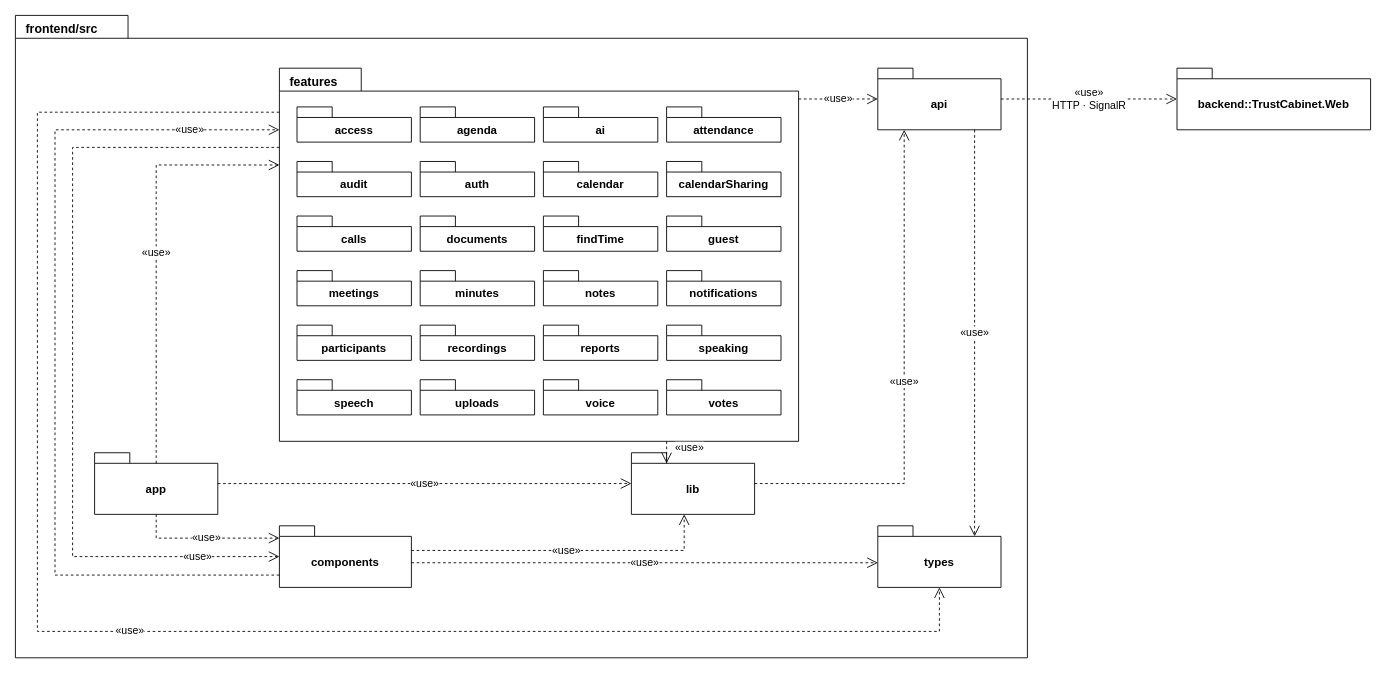
callmehai/FU-FA26-G116 keeps this draw.io diagram as docs/15-package-diagram/package-frontend.drawio. Above is the earlier version. Source tidied: cells renumbered, new cells numbered last; positions are measured from the earlier drawing's top-left corner, leaving out a move shared by most shapes. Both pictures are drawn from the tidied source at 88%, with x=0, y=0 at pixel (15, 15).
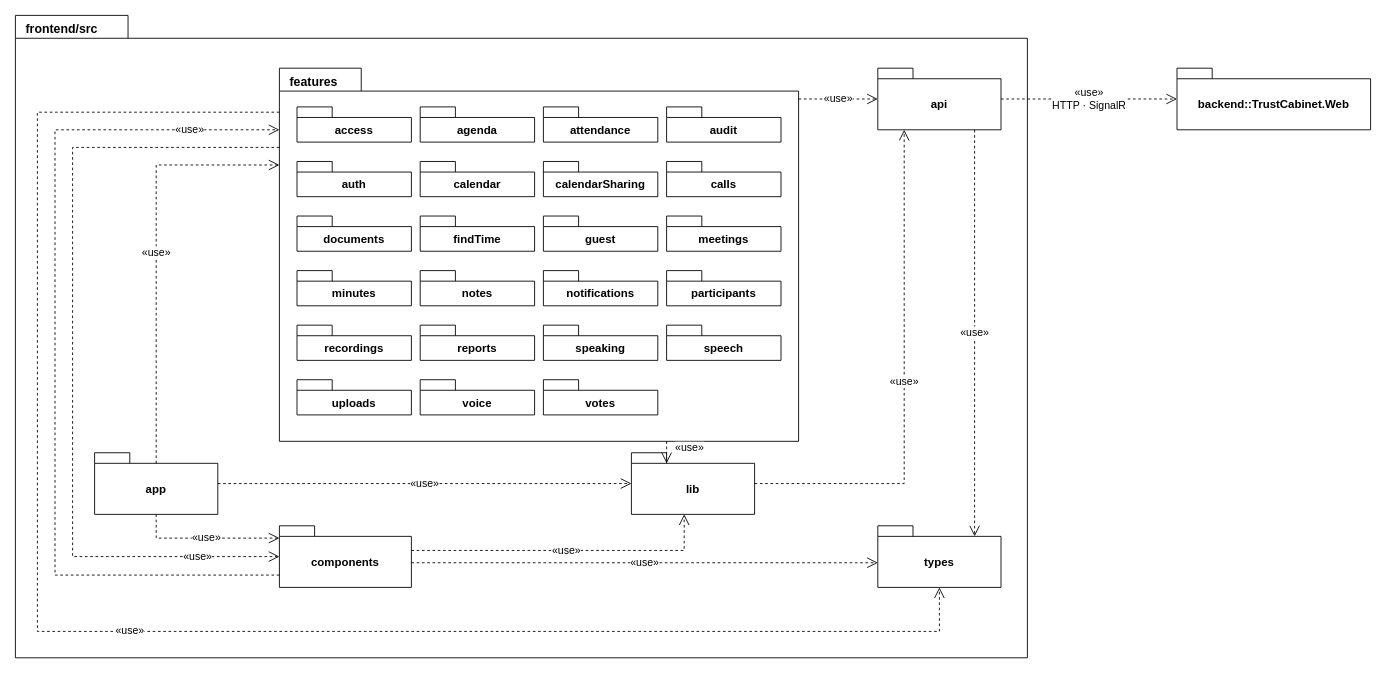
The same page after the edit.

Unchanged cells that the change refers to:
```xml
<mxCell id="4" value="features" style="shape=folder;tabWidth=93;tabHeight=26;tabPosition=left;verticalAlign=top;align=left;spacingLeft=10;spacingTop=1;fontStyle=1;fontSize=14;html=1;whiteSpace=wrap;fillColor=#ffffff;strokeColor=#000000;fontColor=#000000;fontFamily=Helvetica;" parent="2" vertex="1">
  <mxGeometry x="300" y="60" width="590" height="424" as="geometry" />
</mxCell>
```

Diff of the diagram source:
```diff
@@
-    <mxCell id="7" value="ai" style="shape=folder;tabWidth=40;tabHeight=12;tabPosition=left;verticalAlign=middle;align=center;spacingTop=12;fontStyle=1;fontSize=13;html=1;whiteSpace=wrap;fillColor=#ffffff;strokeColor=#000000;fontColor=#000000;fontFamily=Helvetica;" parent="4" vertex="1">
-      <mxGeometry x="300" y="44" width="130" height="40" as="geometry" />
-    </mxCell>
     <mxCell id="8" value="attendance" style="shape=folder;tabWidth=40;tabHeight=12;tabPosition=left;verticalAlign=middle;align=center;spacingTop=12;fontStyle=1;fontSize=13;html=1;whiteSpace=wrap;fillColor=#ffffff;strokeColor=#000000;fontColor=#000000;fontFamily=Helvetica;" parent="4" vertex="1">
-      <mxGeometry x="440" y="44" width="130" height="40" as="geometry" />
+      <mxGeometry x="300" y="44" width="130" height="40" as="geometry" />
     </mxCell>
     <mxCell id="9" value="audit" style="shape=folder;tabWidth=40;tabHeight=12;tabPosition=left;verticalAlign=middle;align=center;spacingTop=12;fontStyle=1;fontSize=13;html=1;whiteSpace=wrap;fillColor=#ffffff;strokeColor=#000000;fontColor=#000000;fontFamily=Helvetica;" parent="4" vertex="1">
-      <mxGeometry x="20" y="106" width="130" height="40" as="geometry" />
+      <mxGeometry x="440" y="44" width="130" height="40" as="geometry" />
     </mxCell>
     <mxCell id="10" value="auth" style="shape=folder;tabWidth=40;tabHeight=12;tabPosition=left;verticalAlign=middle;align=center;spacingTop=12;fontStyle=1;fontSize=13;html=1;whiteSpace=wrap;fillColor=#ffffff;strokeColor=#000000;fontColor=#000000;fontFamily=Helvetica;" parent="4" vertex="1">
-      <mxGeometry x="160" y="106" width="130" height="40" as="geometry" />
+      <mxGeometry x="20" y="106" width="130" height="40" as="geometry" />
     </mxCell>
     <mxCell id="11" value="calendar" style="shape=folder;tabWidth=40;tabHeight=12;tabPosition=left;verticalAlign=middle;align=center;spacingTop=12;fontStyle=1;fontSize=13;html=1;whiteSpace=wrap;fillColor=#ffffff;strokeColor=#000000;fontColor=#000000;fontFamily=Helvetica;" parent="4" vertex="1">
-      <mxGeometry x="300" y="106" width="130" height="40" as="geometry" />
+      <mxGeometry x="160" y="106" width="130" height="40" as="geometry" />
     </mxCell>
     <mxCell id="12" value="calendarSharing" style="shape=folder;tabWidth=40;tabHeight=12;tabPosition=left;verticalAlign=middle;align=center;spacingTop=12;fontStyle=1;fontSize=13;html=1;whiteSpace=wrap;fillColor=#ffffff;strokeColor=#000000;fontColor=#000000;fontFamily=Helvetica;" parent="4" vertex="1">
-      <mxGeometry x="440" y="106" width="130" height="40" as="geometry" />
+      <mxGeometry x="300" y="106" width="130" height="40" as="geometry" />
     </mxCell>
     <mxCell id="13" value="calls" style="shape=folder;tabWidth=40;tabHeight=12;tabPosition=left;verticalAlign=middle;align=center;spacingTop=12;fontStyle=1;fontSize=13;html=1;whiteSpace=wrap;fillColor=#ffffff;strokeColor=#000000;fontColor=#000000;fontFamily=Helvetica;" parent="4" vertex="1">
-      <mxGeometry x="20" y="168" width="130" height="40" as="geometry" />
+      <mxGeometry x="440" y="106" width="130" height="40" as="geometry" />
     </mxCell>
     <mxCell id="14" value="documents" style="shape=folder;tabWidth=40;tabHeight=12;tabPosition=left;verticalAlign=middle;align=center;spacingTop=12;fontStyle=1;fontSize=13;html=1;whiteSpace=wrap;fillColor=#ffffff;strokeColor=#000000;fontColor=#000000;fontFamily=Helvetica;" parent="4" vertex="1">
-      <mxGeometry x="160" y="168" width="130" height="40" as="geometry" />
+      <mxGeometry x="20" y="168" width="130" height="40" as="geometry" />
     </mxCell>
     <mxCell id="15" value="findTime" style="shape=folder;tabWidth=40;tabHeight=12;tabPosition=left;verticalAlign=middle;align=center;spacingTop=12;fontStyle=1;fontSize=13;html=1;whiteSpace=wrap;fillColor=#ffffff;strokeColor=#000000;fontColor=#000000;fontFamily=Helvetica;" parent="4" vertex="1">
-      <mxGeometry x="300" y="168" width="130" height="40" as="geometry" />
+      <mxGeometry x="160" y="168" width="130" height="40" as="geometry" />
     </mxCell>
     <mxCell id="16" value="guest" style="shape=folder;tabWidth=40;tabHeight=12;tabPosition=left;verticalAlign=middle;align=center;spacingTop=12;fontStyle=1;fontSize=13;html=1;whiteSpace=wrap;fillColor=#ffffff;strokeColor=#000000;fontColor=#000000;fontFamily=Helvetica;" parent="4" vertex="1">
-      <mxGeometry x="440" y="168" width="130" height="40" as="geometry" />
+      <mxGeometry x="300" y="168" width="130" height="40" as="geometry" />
     </mxCell>
     <mxCell id="17" value="meetings" style="shape=folder;tabWidth=40;tabHeight=12;tabPosition=left;verticalAlign=middle;align=center;spacingTop=12;fontStyle=1;fontSize=13;html=1;whiteSpace=wrap;fillColor=#ffffff;strokeColor=#000000;fontColor=#000000;fontFamily=Helvetica;" parent="4" vertex="1">
-      <mxGeometry x="20" y="230" width="130" height="40" as="geometry" />
+      <mxGeometry x="440" y="168" width="130" height="40" as="geometry" />
     </mxCell>
     <mxCell id="18" value="minutes" style="shape=folder;tabWidth=40;tabHeight=12;tabPosition=left;verticalAlign=middle;align=center;spacingTop=12;fontStyle=1;fontSize=13;html=1;whiteSpace=wrap;fillColor=#ffffff;strokeColor=#000000;fontColor=#000000;fontFamily=Helvetica;" parent="4" vertex="1">
-      <mxGeometry x="160" y="230" width="130" height="40" as="geometry" />
+      <mxGeometry x="20" y="230" width="130" height="40" as="geometry" />
     </mxCell>
     <mxCell id="19" value="notes" style="shape=folder;tabWidth=40;tabHeight=12;tabPosition=left;verticalAlign=middle;align=center;spacingTop=12;fontStyle=1;fontSize=13;html=1;whiteSpace=wrap;fillColor=#ffffff;strokeColor=#000000;fontColor=#000000;fontFamily=Helvetica;" parent="4" vertex="1">
-      <mxGeometry x="300" y="230" width="130" height="40" as="geometry" />
+      <mxGeometry x="160" y="230" width="130" height="40" as="geometry" />
     </mxCell>
     <mxCell id="20" value="notifications" style="shape=folder;tabWidth=40;tabHeight=12;tabPosition=left;verticalAlign=middle;align=center;spacingTop=12;fontStyle=1;fontSize=13;html=1;whiteSpace=wrap;fillColor=#ffffff;strokeColor=#000000;fontColor=#000000;fontFamily=Helvetica;" parent="4" vertex="1">
-      <mxGeometry x="440" y="230" width="130" height="40" as="geometry" />
+      <mxGeometry x="300" y="230" width="130" height="40" as="geometry" />
     </mxCell>
     <mxCell id="21" value="participants" style="shape=folder;tabWidth=40;tabHeight=12;tabPosition=left;verticalAlign=middle;align=center;spacingTop=12;fontStyle=1;fontSize=13;html=1;whiteSpace=wrap;fillColor=#ffffff;strokeColor=#000000;fontColor=#000000;fontFamily=Helvetica;" parent="4" vertex="1">
-      <mxGeometry x="20" y="292" width="130" height="40" as="geometry" />
+      <mxGeometry x="440" y="230" width="130" height="40" as="geometry" />
     </mxCell>
     <mxCell id="22" value="recordings" style="shape=folder;tabWidth=40;tabHeight=12;tabPosition=left;verticalAlign=middle;align=center;spacingTop=12;fontStyle=1;fontSize=13;html=1;whiteSpace=wrap;fillColor=#ffffff;strokeColor=#000000;fontColor=#000000;fontFamily=Helvetica;" parent="4" vertex="1">
-      <mxGeometry x="160" y="292" width="130" height="40" as="geometry" />
+      <mxGeometry x="20" y="292" width="130" height="40" as="geometry" />
     </mxCell>
     <mxCell id="23" value="reports" style="shape=folder;tabWidth=40;tabHeight=12;tabPosition=left;verticalAlign=middle;align=center;spacingTop=12;fontStyle=1;fontSize=13;html=1;whiteSpace=wrap;fillColor=#ffffff;strokeColor=#000000;fontColor=#000000;fontFamily=Helvetica;" parent="4" vertex="1">
-      <mxGeometry x="300" y="292" width="130" height="40" as="geometry" />
+      <mxGeometry x="160" y="292" width="130" height="40" as="geometry" />
     </mxCell>
     <mxCell id="24" value="speaking" style="shape=folder;tabWidth=40;tabHeight=12;tabPosition=left;verticalAlign=middle;align=center;spacingTop=12;fontStyle=1;fontSize=13;html=1;whiteSpace=wrap;fillColor=#ffffff;strokeColor=#000000;fontColor=#000000;fontFamily=Helvetica;" parent="4" vertex="1">
-      <mxGeometry x="440" y="292" width="130" height="40" as="geometry" />
+      <mxGeometry x="300" y="292" width="130" height="40" as="geometry" />
     </mxCell>
     <mxCell id="25" value="speech" style="shape=folder;tabWidth=40;tabHeight=12;tabPosition=left;verticalAlign=middle;align=center;spacingTop=12;fontStyle=1;fontSize=13;html=1;whiteSpace=wrap;fillColor=#ffffff;strokeColor=#000000;fontColor=#000000;fontFamily=Helvetica;" parent="4" vertex="1">
-      <mxGeometry x="20" y="354" width="130" height="40" as="geometry" />
+      <mxGeometry x="440" y="292" width="130" height="40" as="geometry" />
     </mxCell>
     <mxCell id="26" value="uploads" style="shape=folder;tabWidth=40;tabHeight=12;tabPosition=left;verticalAlign=middle;align=center;spacingTop=12;fontStyle=1;fontSize=13;html=1;whiteSpace=wrap;fillColor=#ffffff;strokeColor=#000000;fontColor=#000000;fontFamily=Helvetica;" parent="4" vertex="1">
-      <mxGeometry x="160" y="354" width="130" height="40" as="geometry" />
+      <mxGeometry x="20" y="354" width="130" height="40" as="geometry" />
     </mxCell>
     <mxCell id="27" value="voice" style="shape=folder;tabWidth=40;tabHeight=12;tabPosition=left;verticalAlign=middle;align=center;spacingTop=12;fontStyle=1;fontSize=13;html=1;whiteSpace=wrap;fillColor=#ffffff;strokeColor=#000000;fontColor=#000000;fontFamily=Helvetica;" parent="4" vertex="1">
-      <mxGeometry x="300" y="354" width="130" height="40" as="geometry" />
+      <mxGeometry x="160" y="354" width="130" height="40" as="geometry" />
     </mxCell>
     <mxCell id="28" value="votes" style="shape=folder;tabWidth=40;tabHeight=12;tabPosition=left;verticalAlign=middle;align=center;spacingTop=12;fontStyle=1;fontSize=13;html=1;whiteSpace=wrap;fillColor=#ffffff;strokeColor=#000000;fontColor=#000000;fontFamily=Helvetica;" parent="4" vertex="1">
-      <mxGeometry x="440" y="354" width="130" height="40" as="geometry" />
+      <mxGeometry x="300" y="354" width="130" height="40" as="geometry" />
     </mxCell>
```
